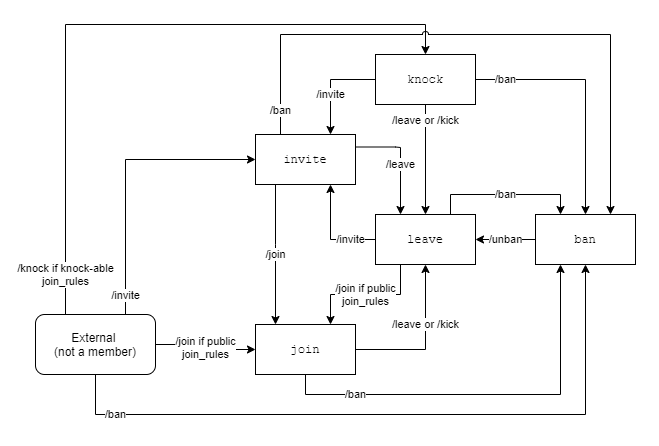
This is static/diagrams/membership.png from matrix-org/matrix-spec-proposals, a draw.io export, as it was before one commit. Source tidied: cells renumbered, new cells last; positions are measured from the earlier drawing's top-left corner, leaving out a move shared by most shapes.
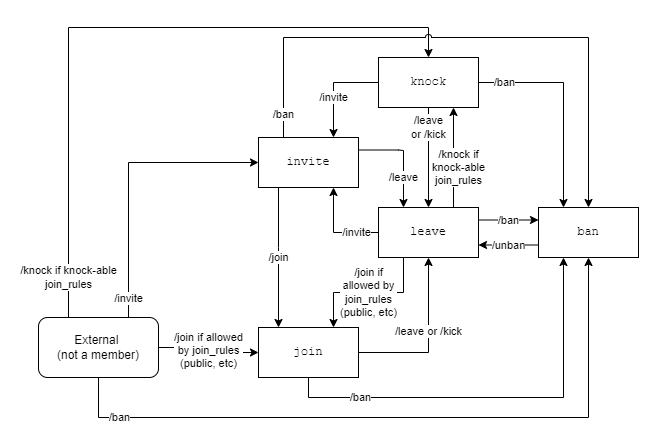
After the commit.

What changed in the source:
```diff
@@ -11,7 +11,7 @@
       </mxGeometry>
     </mxCell>
     <mxCell id="3" value="/leave" style="edgeStyle=orthogonalEdgeStyle;rounded=0;jettySize=auto;html=1;exitX=1;exitY=0.25;exitDx=0;exitDy=0;entryX=0.25;entryY=0;entryDx=0;entryDy=0;" parent="1" edge="1" source="21" target="13">
-      <mxGeometry x="0.11" relative="1" as="geometry">
+      <mxGeometry x="0.41" relative="1" as="geometry">
         <Array as="points">
           <mxPoint x="360" y="123" />
           <mxPoint x="365" y="123" />
@@ -22,7 +22,7 @@
       <mxGeometry x="220" y="110" width="100" height="50" as="geometry" />
     </mxCell>
     <mxCell id="5" value="/leave or /kick" style="edgeStyle=orthogonalEdgeStyle;rounded=0;jettySize=auto;html=1;" parent="1" edge="1" source="7" target="13">
-      <mxGeometry x="0.23" relative="1" as="geometry" />
+      <mxGeometry x="0.1" relative="1" as="geometry" />
     </mxCell>
     <mxCell id="6" value="/ban" style="edgeStyle=orthogonalEdgeStyle;rounded=0;jettySize=auto;html=1;exitX=0.5;exitY=1;exitDx=0;exitDy=0;entryX=0.25;entryY=1;entryDx=0;entryDy=0;" parent="1" edge="1" source="7" target="9">
       <mxGeometry x="-0.65" relative="1" as="geometry" />
@@ -30,28 +30,31 @@
     <mxCell id="7" value="join" style="rounded=0;whiteSpace=wrap;html=1;fontFamily=Courier New;" parent="1" vertex="1">
       <mxGeometry x="220" y="300" width="100" height="50" as="geometry" />
     </mxCell>
-    <mxCell id="8" value="/unban" style="edgeStyle=orthogonalEdgeStyle;rounded=0;jettySize=auto;html=1;exitX=0;exitY=0.5;exitDx=0;exitDy=0;entryX=1;entryY=0.5;entryDx=0;entryDy=0;" parent="1" edge="1" source="9" target="13">
+    <mxCell id="8" value="/unban" style="edgeStyle=orthogonalEdgeStyle;rounded=0;jettySize=auto;html=1;exitX=0;exitY=0.75;exitDx=0;exitDy=0;entryX=1;entryY=0.75;entryDx=0;entryDy=0;" parent="1" edge="1" source="9" target="13">
       <mxGeometry relative="1" as="geometry" />
     </mxCell>
     <mxCell id="9" value="ban" style="rounded=0;whiteSpace=wrap;html=1;fontFamily=Courier New;" parent="1" vertex="1">
-      <mxGeometry x="500" y="190" width="100" height="50" as="geometry" />
+      <mxGeometry x="500" y="180" width="100" height="50" as="geometry" />
     </mxCell>
-    <mxCell id="10" value="/join if public&lt;br&gt;join_rules" style="edgeStyle=orthogonalEdgeStyle;rounded=0;jettySize=auto;html=1;exitX=0.25;exitY=1;exitDx=0;exitDy=0;entryX=0.75;entryY=0;entryDx=0;entryDy=0;" parent="1" edge="1" source="13" target="7">
+    <mxCell id="10" value="/join if&lt;br&gt;allowed by&lt;br&gt;join_rules&lt;br&gt;(public, etc)" style="edgeStyle=orthogonalEdgeStyle;rounded=0;jettySize=auto;html=1;exitX=0.25;exitY=1;exitDx=0;exitDy=0;entryX=0.75;entryY=0;entryDx=0;entryDy=0;" parent="1" edge="1" source="13" target="7">
       <mxGeometry relative="1" as="geometry" />
     </mxCell>
     <mxCell id="11" value="/invite" style="edgeStyle=orthogonalEdgeStyle;rounded=0;jettySize=auto;html=1;entryX=0.75;entryY=1;entryDx=0;entryDy=0;" parent="1" edge="1" source="13" target="21">
       <mxGeometry x="-0.5" relative="1" as="geometry" />
     </mxCell>
-    <mxCell id="12" value="/ban" style="edgeStyle=orthogonalEdgeStyle;rounded=0;jettySize=auto;html=1;exitX=0.75;exitY=0;exitDx=0;exitDy=0;entryX=0.25;entryY=0;entryDx=0;entryDy=0;" parent="1" edge="1" source="13" target="9">
+    <mxCell id="12" value="/ban" style="edgeStyle=orthogonalEdgeStyle;rounded=0;jettySize=auto;html=1;exitX=1;exitY=0.25;exitDx=0;exitDy=0;entryX=0;entryY=0.25;entryDx=0;entryDy=0;" parent="1" edge="1" source="13" target="9">
       <mxGeometry relative="1" as="geometry" />
     </mxCell>
+    <mxCell id="25" value="/knock if&lt;br&gt;knock-able&lt;br&gt;join_rules&lt;br&gt;" style="edgeStyle=orthogonalEdgeStyle;rounded=0;jettySize=auto;html=1;exitX=0.75;exitY=0;exitDx=0;exitDy=0;entryX=0.75;entryY=1;entryDx=0;entryDy=0;" parent="1" edge="1" source="13" target="20">
+      <mxGeometry x="-0.2" y="-5" relative="1" as="geometry" />
+    </mxCell>
     <mxCell id="13" value="leave" style="rounded=0;whiteSpace=wrap;html=1;fontFamily=Courier New;" parent="1" vertex="1">
-      <mxGeometry x="340" y="190" width="100" height="50" as="geometry" />
+      <mxGeometry x="340" y="180" width="100" height="50" as="geometry" />
     </mxCell>
     <mxCell id="14" value="/invite" style="edgeStyle=orthogonalEdgeStyle;rounded=0;jettySize=auto;html=1;exitX=0.75;exitY=0;exitDx=0;exitDy=0;entryX=0;entryY=0.5;entryDx=0;entryDy=0;" parent="1" edge="1" source="22" target="21">
       <mxGeometry x="-0.87" relative="1" as="geometry" />
     </mxCell>
-    <mxCell id="15" value="/join if public&lt;br&gt;join_rules" style="edgeStyle=orthogonalEdgeStyle;rounded=0;jettySize=auto;html=1;exitX=1;exitY=0.5;exitDx=0;exitDy=0;" parent="1" edge="1" source="22" target="7">
+    <mxCell id="15" value="/join if allowed&lt;br&gt;by join_rules&lt;br&gt;(public, etc)" style="edgeStyle=orthogonalEdgeStyle;rounded=0;jettySize=auto;html=1;exitX=1;exitY=0.5;exitDx=0;exitDy=0;" parent="1" edge="1" source="22" target="7">
       <mxGeometry relative="1" as="geometry" />
     </mxCell>
     <mxCell id="16" value="/ban" style="edgeStyle=orthogonalEdgeStyle;rounded=0;jettySize=auto;html=1;entryX=0.5;entryY=1;entryDx=0;entryDy=0;exitX=0.5;exitY=1;exitDx=0;exitDy=0;" parent="1" edge="1" source="22" target="9">
@@ -69,10 +72,10 @@
         </Array>
       </mxGeometry>
     </mxCell>
-    <mxCell id="18" value="/leave or /kick" style="edgeStyle=orthogonalEdgeStyle;rounded=0;jettySize=auto;html=1;exitX=0.5;exitY=1;exitDx=0;exitDy=0;entryX=0.5;entryY=0;entryDx=0;entryDy=0;fontFamily=Helvetica;" parent="1" edge="1" source="20" target="13">
-      <mxGeometry x="-0.71" relative="1" as="geometry" />
+    <mxCell id="18" value="/leave&lt;br&gt;or /kick" style="edgeStyle=orthogonalEdgeStyle;rounded=0;jettySize=auto;html=1;exitX=0.5;exitY=1;exitDx=0;exitDy=0;entryX=0.5;entryY=0;entryDx=0;entryDy=0;fontFamily=Helvetica;" parent="1" edge="1" source="20" target="13">
+      <mxGeometry x="-0.6" relative="1" as="geometry" />
     </mxCell>
-    <mxCell id="19" value="/ban" style="edgeStyle=orthogonalEdgeStyle;rounded=0;jettySize=auto;html=1;exitX=1;exitY=0.5;exitDx=0;exitDy=0;entryX=0.5;entryY=0;entryDx=0;entryDy=0;fontFamily=Helvetica;" parent="1" edge="1" source="20" target="9">
+    <mxCell id="19" value="/ban" style="edgeStyle=orthogonalEdgeStyle;rounded=0;jettySize=auto;html=1;exitX=1;exitY=0.5;exitDx=0;exitDy=0;entryX=0.25;entryY=0;entryDx=0;entryDy=0;fontFamily=Helvetica;" parent="1" edge="1" source="20" target="9">
       <mxGeometry x="-0.76" relative="1" as="geometry" />
     </mxCell>
     <mxCell id="20" value="knock" style="rounded=0;whiteSpace=wrap;html=1;fontFamily=Courier New;" parent="1" vertex="1">
@@ -92,11 +95,11 @@
         </Array>
       </mxGeometry>
     </mxCell>
-    <mxCell id="24" value="/ban" style="edgeStyle=orthogonalEdgeStyle;rounded=0;jettySize=auto;html=1;exitX=0.25;exitY=0;exitDx=0;exitDy=0;entryX=0.75;entryY=0;entryDx=0;entryDy=0;jumpStyle=arc;" parent="1" edge="1" source="21" target="9">
+    <mxCell id="24" value="/ban" style="edgeStyle=orthogonalEdgeStyle;rounded=0;jettySize=auto;html=1;exitX=0.25;exitY=0;exitDx=0;exitDy=0;entryX=0.5;entryY=0;entryDx=0;entryDy=0;jumpStyle=arc;" parent="1" edge="1" source="21" target="9">
       <mxGeometry x="-0.92" relative="1" as="geometry">
         <Array as="points">
           <mxPoint x="245" y="10" />
-          <mxPoint x="575" y="10" />
+          <mxPoint x="550" y="10" />
         </Array>
       </mxGeometry>
     </mxCell>
```
